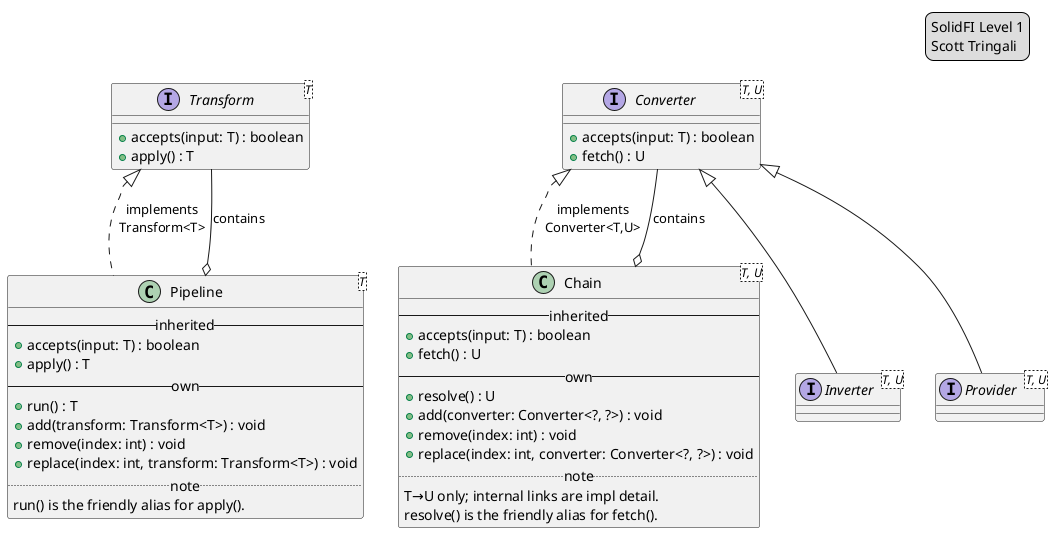
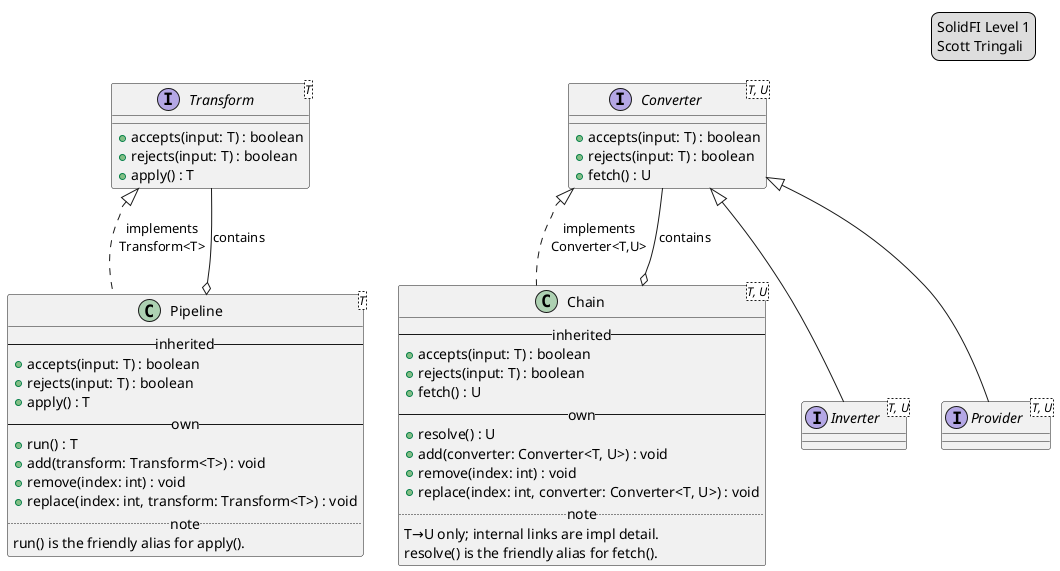
@startuml SolidFI_Level1

+ legend top right
+   SolidFI Level 1
+   Scott Tringali
+ end legend
+ 
' !include _L0.puml
- ' skinparam strictuml

top to bottom direction

together {
  interface Inverter<T, U> {}
  interface Provider<T, U> {}
}

together {
  interface Converter<T, U> {
    + accepts(input: T) : boolean
+     + rejects(input: T) : boolean
    + fetch() : U
  }

  interface Transform<T> {
    + accepts(input: T) : boolean
+     + rejects(input: T) : boolean
    + apply() : T
  }

  class Chain<T, U> {
    -- inherited --
    + accepts(input: T) : boolean
+     + rejects(input: T) : boolean
    + fetch() : U
    -- own --
    + resolve() : U
-     + add(converter: Converter<?, ?>) : void
+     + add(converter: Converter<T, U>) : void
    + remove(index: int) : void
-     + replace(index: int, converter: Converter<?, ?>) : void
+     + replace(index: int, converter: Converter<T, U>) : void
    .. note ..
    T→U only; internal links are impl detail.
    resolve() is the friendly alias for fetch().
  }

  class Pipeline<T> {
    -- inherited --
    + accepts(input: T) : boolean
+     + rejects(input: T) : boolean
    + apply() : T
    -- own --
    + run() : T
    + add(transform: Transform<T>) : void
    + remove(index: int) : void
    + replace(index: int, transform: Transform<T>) : void
    .. note ..
    run() is the friendly alias for apply().
  }
}

- legend top right
-   SolidFI Level 1
-   Scott Tringali
- end legend
- 
Converter <|.. Chain : "implements\nConverter<T,U>"
Transform <|.. Pipeline : "implements\nTransform<T>"

Converter <|-- Inverter
Converter <|-- Provider

Converter --o Chain : contains
Transform --o Pipeline : contains

@enduml